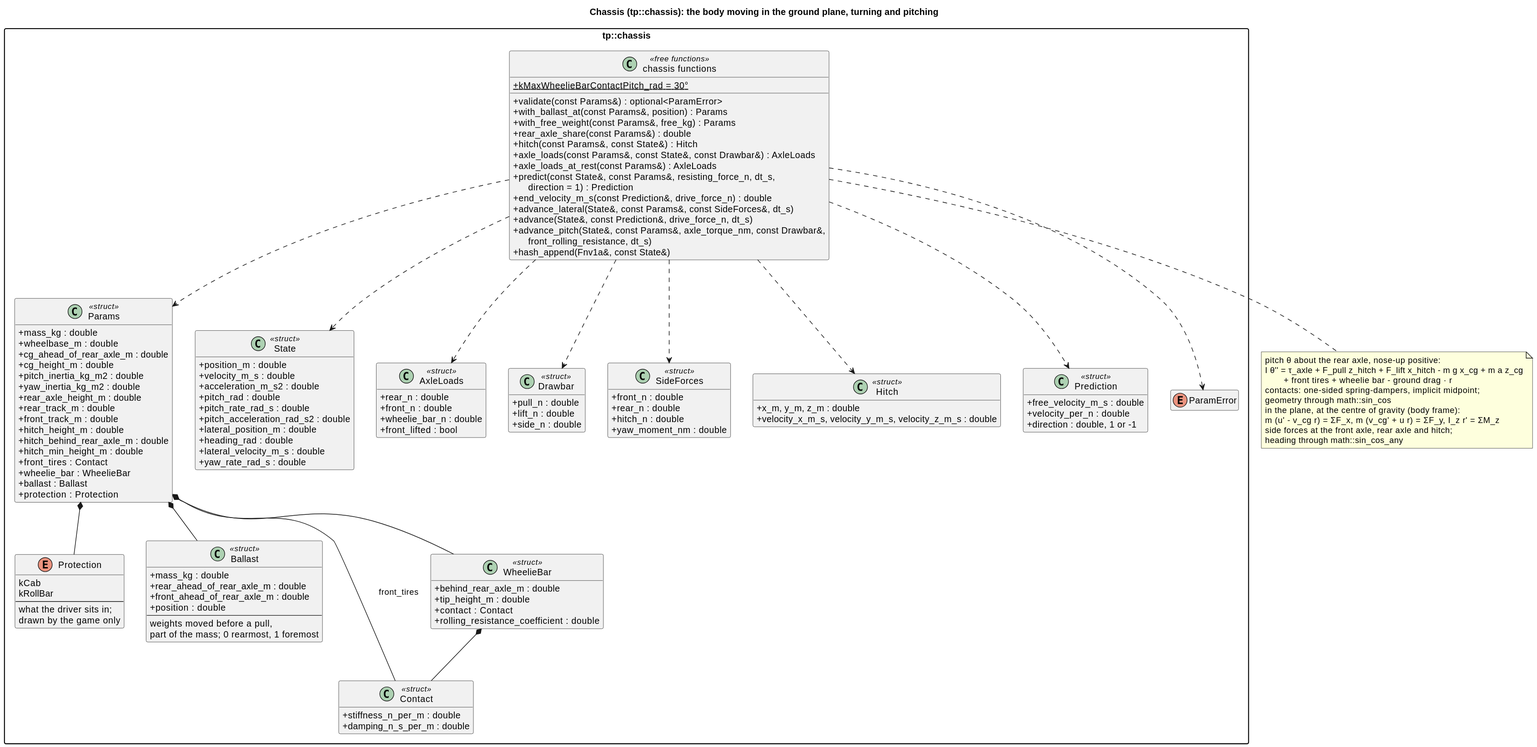
The PlantUML diagram docs/diagrams/svg/chassis_classes.svg in wversteeg/TractorPulling, before a commit.
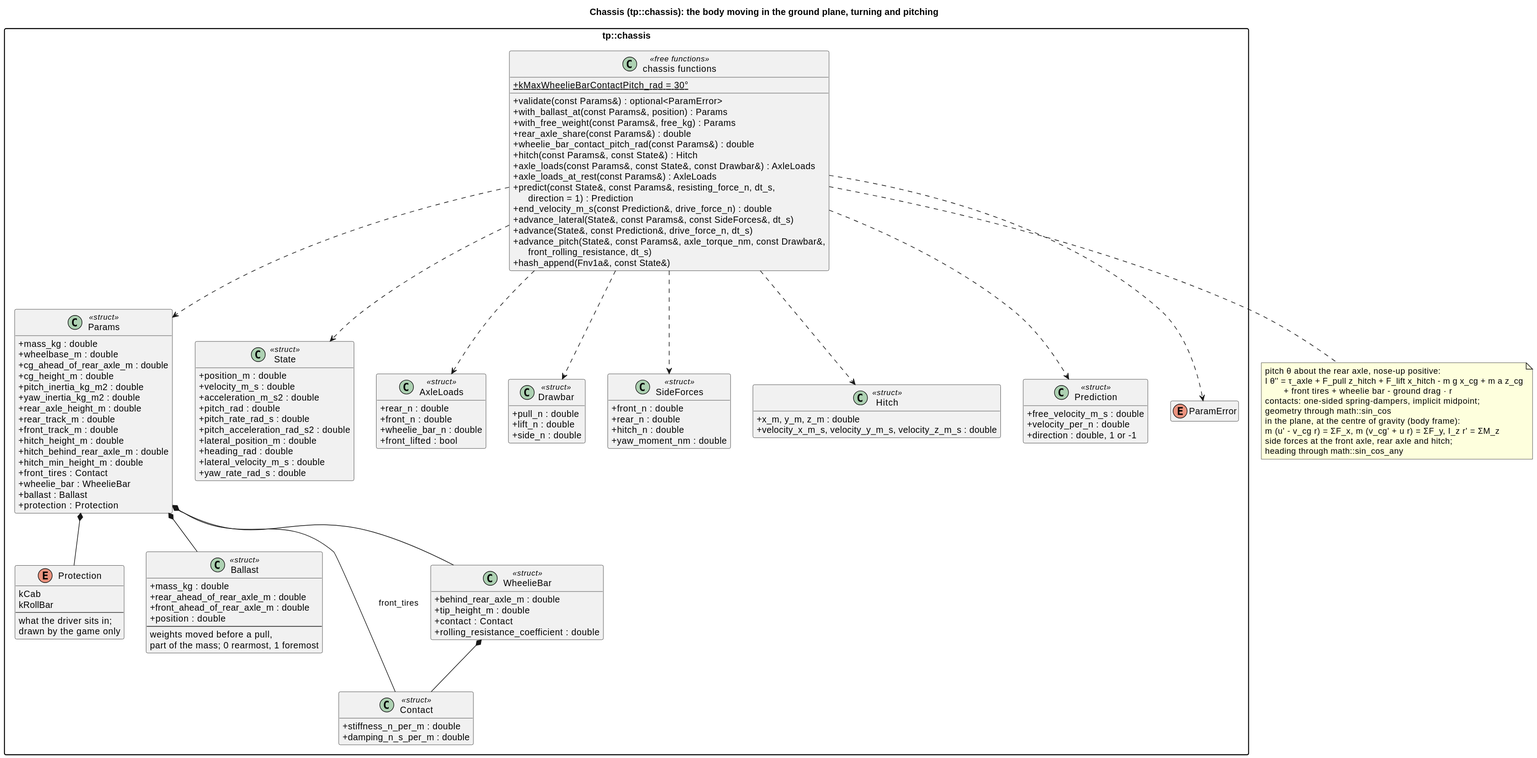
After the change.

The edit, as a diff of the source:
```diff
@@ -94,6 +94,7 @@
     +with_ballast_at(const Params&, position) : Params
     +with_free_weight(const Params&, free_kg) : Params
     +rear_axle_share(const Params&) : double
+    +wheelie_bar_contact_pitch_rad(const Params&) : double
     +hitch(const Params&, const State&) : Hitch
     +axle_loads(const Params&, const State&, const Drawbar&) : AxleLoads
     +axle_loads_at_rest(const Params&) : AxleLoads
```
